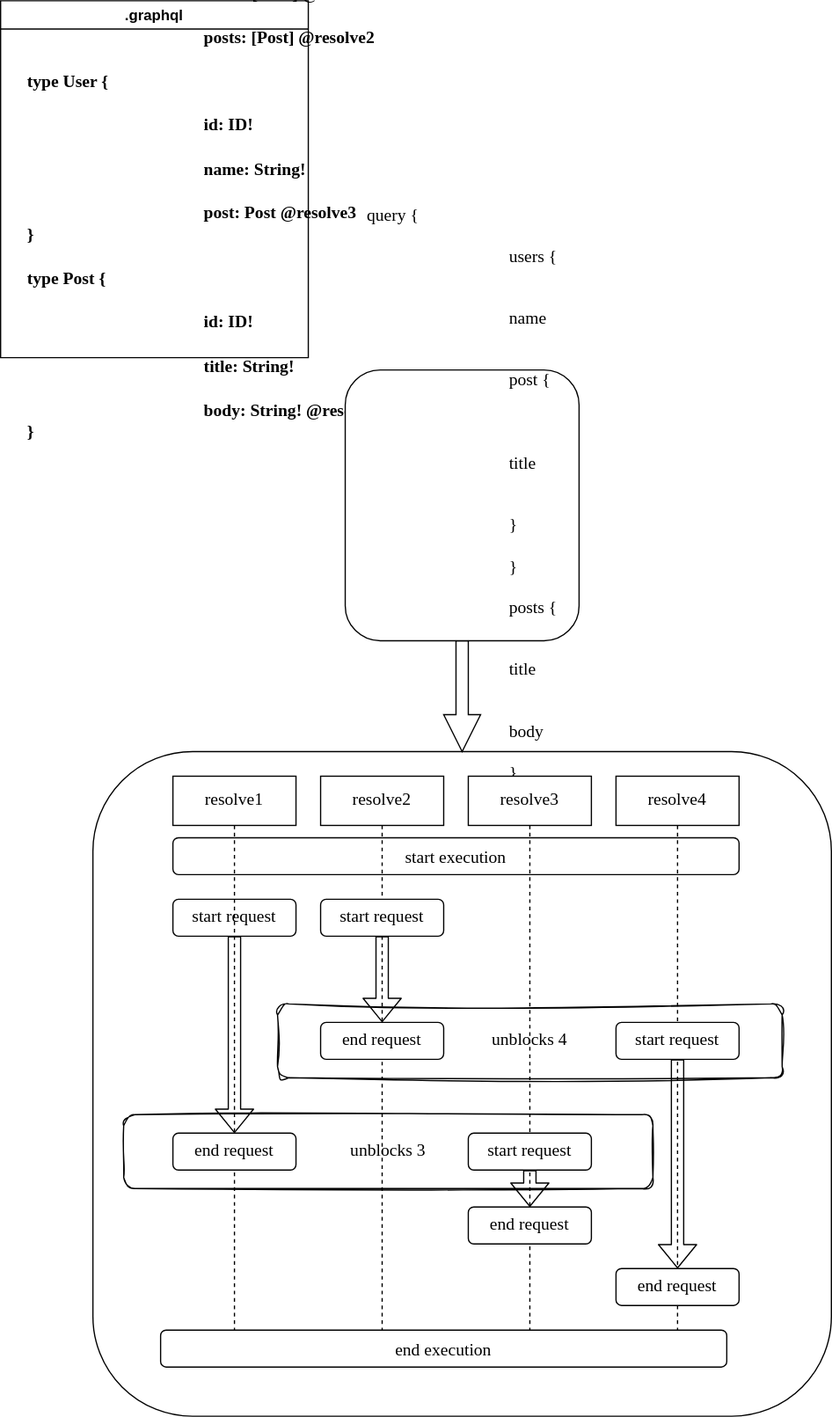
The draw.io diagram doc/resolver-plan.drawio.svg in tailcallhq/tailcall, before a commit. Source tidied: cells renumbered, new cells last; positions are measured from the earlier drawing's top-left corner, leaving out a move shared by most shapes. Source of this version:
```xml
<mxGraphModel>
  <root>
    <mxCell id="0" />
    <mxCell id="1" parent="0" />
    <mxCell id="2" style="rounded=1;whiteSpace=wrap;html=1;fontFamily=Times New Roman;fontSize=14;" parent="1" vertex="1">
      <mxGeometry x="75" y="610" width="600" height="540" as="geometry" />
    </mxCell>
    <mxCell id="3" value=".graphql&lt;br&gt;" style="swimlane;whiteSpace=wrap;html=1;" parent="1" vertex="1">
      <mxGeometry width="250" height="290" as="geometry" />
    </mxCell>
    <mxCell id="4" value="&lt;b style=&quot;font-size: 14px;&quot;&gt;&lt;font style=&quot;font-size: 14px;&quot; face=&quot;Times New Roman&quot;&gt;type Query {&lt;br&gt;&lt;span style=&quot;white-space: pre;&quot;&gt;&#9;&lt;/span&gt;users: [User] @resolve1&lt;br&gt;&lt;span style=&quot;white-space: pre;&quot;&gt;&#9;&lt;/span&gt;posts: [Post] @resolve2&lt;br&gt;&lt;br&gt;type User {&lt;br&gt;&lt;span style=&quot;white-space: pre;&quot;&gt;&#9;&lt;/span&gt;id: ID!&lt;br&gt;&lt;span style=&quot;white-space: pre;&quot;&gt;&#9;&lt;/span&gt;name: String!&lt;br&gt;&lt;span style=&quot;white-space: pre;&quot;&gt;&#9;&lt;/span&gt;post: Post @resolve3&lt;br&gt;}&lt;br&gt;&lt;br&gt;type Post {&lt;br&gt;&lt;span style=&quot;white-space: pre;&quot;&gt;&#9;&lt;/span&gt;id: ID!&lt;br&gt;&lt;span style=&quot;white-space: pre;&quot;&gt;&#9;&lt;/span&gt;title: String!&lt;br&gt;&lt;span style=&quot;white-space: pre;&quot;&gt;&#9;&lt;/span&gt;body: String! @resolve4&lt;br&gt;}&lt;/font&gt;&lt;/b&gt;" style="text;html=1;align=left;verticalAlign=middle;strokeColor=none;fillColor=none;" parent="3" vertex="1">
      <mxGeometry x="20" y="20" width="200" height="270" as="geometry" />
    </mxCell>
    <mxCell id="5" style="edgeStyle=none;html=1;exitX=0.5;exitY=1;exitDx=0;exitDy=0;fontFamily=Times New Roman;fontSize=14;shape=arrow;" parent="1" edge="1" source="6">
      <mxGeometry relative="1" as="geometry">
        <mxPoint x="375" y="610" as="targetPoint" />
      </mxGeometry>
    </mxCell>
    <mxCell id="6" value="query {&lt;br&gt;&lt;span style=&quot;white-space: pre;&quot;&gt;&#9;&lt;/span&gt;users {&lt;br&gt;&lt;span style=&quot;white-space: pre;&quot;&gt;&#9;&lt;/span&gt;&lt;span style=&quot;white-space: pre;&quot;&gt;&#9;&lt;/span&gt;name&lt;br&gt;&lt;span style=&quot;white-space: pre;&quot;&gt;&#9;&lt;/span&gt;&lt;span style=&quot;white-space: pre;&quot;&gt;&#9;&lt;/span&gt;post {&lt;br&gt;&lt;span style=&quot;white-space: pre;&quot;&gt;&#9;&lt;/span&gt;&lt;span style=&quot;white-space: pre;&quot;&gt;&#9;&lt;/span&gt;&lt;span style=&quot;white-space: pre;&quot;&gt;&#9;&lt;/span&gt;title&lt;br&gt;&lt;span style=&quot;white-space: pre;&quot;&gt;&#9;&lt;/span&gt;&lt;span style=&quot;white-space: pre;&quot;&gt;&#9;&lt;/span&gt;}&lt;br&gt;&lt;span style=&quot;white-space: pre;&quot;&gt;&#9;&lt;/span&gt;}&lt;br&gt;&lt;span style=&quot;white-space: pre;&quot;&gt;&#9;&lt;/span&gt;posts {&lt;br&gt;&lt;span style=&quot;white-space: pre;&quot;&gt;&#9;&lt;/span&gt;&lt;span style=&quot;white-space: pre;&quot;&gt;&#9;&lt;/span&gt;title&lt;br&gt;&lt;span style=&quot;white-space: pre;&quot;&gt;&#9;&lt;/span&gt;&lt;span style=&quot;white-space: pre;&quot;&gt;&#9;&lt;/span&gt;body&lt;br&gt;&lt;span style=&quot;white-space: pre;&quot;&gt;&#9;&lt;/span&gt;}&lt;br&gt;}" style="rounded=1;html=1;fontFamily=Times New Roman;fontSize=14;align=left;verticalAlign=middle;whiteSpace=wrap;spacingLeft=16;" parent="1" vertex="1">
      <mxGeometry x="280" y="300" width="190" height="220" as="geometry" />
    </mxCell>
    <mxCell id="7" value="start execution" style="rounded=1;dashed=0;fontFamily=Times New Roman;fontSize=14;" parent="1" vertex="1">
      <mxGeometry x="140" y="680" width="460" height="30" as="geometry" />
    </mxCell>
    <mxCell id="8" style="edgeStyle=none;shape=link;html=1;fontFamily=Times New Roman;fontSize=14;" parent="1" edge="1" source="10" target="11">
      <mxGeometry relative="1" as="geometry" />
    </mxCell>
    <mxCell id="9" style="edgeStyle=none;shape=flexArrow;html=1;fontFamily=Times New Roman;fontSize=14;" parent="1" edge="1" source="10" target="12">
      <mxGeometry relative="1" as="geometry" />
    </mxCell>
    <mxCell id="10" value="start request" style="rounded=1;whiteSpace=wrap;html=1;fontFamily=Times New Roman;fontSize=14;" parent="1" vertex="1">
      <mxGeometry x="140" y="730" width="100" height="30" as="geometry" />
    </mxCell>
    <mxCell id="11" value="resolve1" style="shape=umlLifeline;perimeter=lifelinePerimeter;whiteSpace=wrap;html=1;outlineConnect=0;fontFamily=Times New Roman;fontSize=14;" parent="1" vertex="1">
      <mxGeometry x="140" y="630" width="100" height="450" as="geometry" />
    </mxCell>
    <mxCell id="12" value="end request" style="rounded=1;whiteSpace=wrap;html=1;fontFamily=Times New Roman;fontSize=14;" parent="11" vertex="1">
      <mxGeometry y="290" width="100" height="30" as="geometry" />
    </mxCell>
    <mxCell id="13" value="resolve2" style="shape=umlLifeline;perimeter=lifelinePerimeter;whiteSpace=wrap;html=1;fontFamily=Times New Roman;fontSize=14;" parent="1" vertex="1">
      <mxGeometry x="260" y="630" width="100" height="450" as="geometry" />
    </mxCell>
    <mxCell id="14" style="edgeStyle=none;shape=flexArrow;html=1;fontFamily=Times New Roman;fontSize=14;" parent="13" edge="1" source="15" target="16">
      <mxGeometry relative="1" as="geometry" />
    </mxCell>
    <mxCell id="15" value="start request" style="rounded=1;whiteSpace=wrap;html=1;fontFamily=Times New Roman;fontSize=14;" parent="13" vertex="1">
      <mxGeometry y="100" width="100" height="30" as="geometry" />
    </mxCell>
    <mxCell id="16" value="end request" style="rounded=1;whiteSpace=wrap;html=1;fontFamily=Times New Roman;fontSize=14;" parent="13" vertex="1">
      <mxGeometry y="200" width="100" height="30" as="geometry" />
    </mxCell>
    <mxCell id="17" value="resolve3" style="shape=umlLifeline;perimeter=lifelinePerimeter;whiteSpace=wrap;html=1;fontFamily=Times New Roman;fontSize=14;" parent="1" vertex="1">
      <mxGeometry x="380" y="630" width="100" height="450" as="geometry" />
    </mxCell>
    <mxCell id="18" value="resolve4" style="shape=umlLifeline;perimeter=lifelinePerimeter;whiteSpace=wrap;html=1;fontFamily=Times New Roman;fontSize=14;" parent="1" vertex="1">
      <mxGeometry x="500" y="630" width="100" height="450" as="geometry" />
    </mxCell>
    <mxCell id="19" style="edgeStyle=none;shape=flexArrow;html=1;fontFamily=Times New Roman;fontSize=14;" parent="18" edge="1" source="20" target="21">
      <mxGeometry relative="1" as="geometry" />
    </mxCell>
    <mxCell id="20" value="start request" style="rounded=1;whiteSpace=wrap;html=1;fontFamily=Times New Roman;fontSize=14;" parent="18" vertex="1">
      <mxGeometry y="200" width="100" height="30" as="geometry" />
    </mxCell>
    <mxCell id="21" value="end request" style="rounded=1;whiteSpace=wrap;html=1;fontFamily=Times New Roman;fontSize=14;" parent="18" vertex="1">
      <mxGeometry y="400" width="100" height="30" as="geometry" />
    </mxCell>
    <mxCell id="22" style="edgeStyle=none;shape=flexArrow;html=1;fontFamily=Times New Roman;fontSize=14;" parent="1" edge="1" source="23" target="24">
      <mxGeometry relative="1" as="geometry" />
    </mxCell>
    <mxCell id="23" value="start request" style="rounded=1;whiteSpace=wrap;html=1;fontFamily=Times New Roman;fontSize=14;" parent="1" vertex="1">
      <mxGeometry x="380" y="920" width="100" height="30" as="geometry" />
    </mxCell>
    <mxCell id="24" value="end request" style="rounded=1;whiteSpace=wrap;html=1;fontFamily=Times New Roman;fontSize=14;" parent="1" vertex="1">
      <mxGeometry x="380" y="980" width="100" height="30" as="geometry" />
    </mxCell>
    <mxCell id="25" value="unblocks 4" style="rounded=1;whiteSpace=wrap;html=1;fontFamily=Times New Roman;fontSize=14;fillColor=none;glass=0;sketch=1;curveFitting=1;jiggle=2;" parent="1" vertex="1">
      <mxGeometry x="225" y="815" width="410" height="60" as="geometry" />
    </mxCell>
    <mxCell id="26" value="unblocks 3" style="rounded=1;whiteSpace=wrap;html=1;glass=0;sketch=1;fontFamily=Times New Roman;fontSize=14;fillColor=none;" parent="1" vertex="1">
      <mxGeometry x="100" y="905" width="430" height="60" as="geometry" />
    </mxCell>
    <mxCell id="27" value="end execution" style="rounded=1;dashed=0;fontFamily=Times New Roman;fontSize=14;" parent="1" vertex="1">
      <mxGeometry x="130" y="1080" width="460" height="30" as="geometry" />
    </mxCell>
  </root>
</mxGraphModel>
```
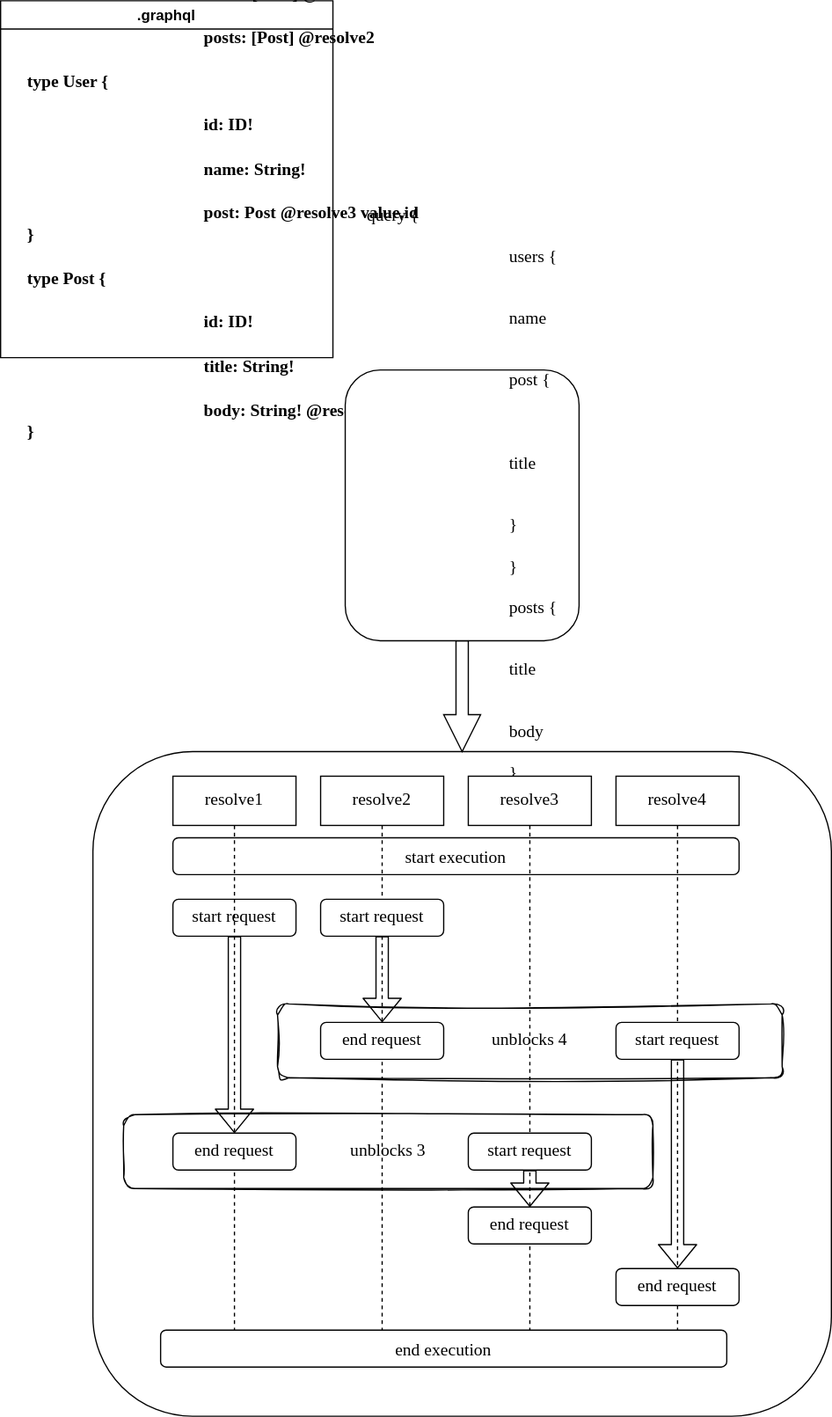
Later version of the same file.

Commit message:
ResolvePlan and DAG for resolvers

Change to the diagram source:
```diff
@@ -6,10 +6,10 @@
       <mxGeometry x="75" y="610" width="600" height="540" as="geometry" />
     </mxCell>
     <mxCell id="3" value=".graphql&lt;br&gt;" style="swimlane;whiteSpace=wrap;html=1;" parent="1" vertex="1">
-      <mxGeometry width="250" height="290" as="geometry" />
+      <mxGeometry width="270" height="290" as="geometry" />
     </mxCell>
-    <mxCell id="4" value="&lt;b style=&quot;font-size: 14px;&quot;&gt;&lt;font style=&quot;font-size: 14px;&quot; face=&quot;Times New Roman&quot;&gt;type Query {&lt;br&gt;&lt;span style=&quot;white-space: pre;&quot;&gt;&#9;&lt;/span&gt;users: [User] @resolve1&lt;br&gt;&lt;span style=&quot;white-space: pre;&quot;&gt;&#9;&lt;/span&gt;posts: [Post] @resolve2&lt;br&gt;&lt;br&gt;type User {&lt;br&gt;&lt;span style=&quot;white-space: pre;&quot;&gt;&#9;&lt;/span&gt;id: ID!&lt;br&gt;&lt;span style=&quot;white-space: pre;&quot;&gt;&#9;&lt;/span&gt;name: String!&lt;br&gt;&lt;span style=&quot;white-space: pre;&quot;&gt;&#9;&lt;/span&gt;post: Post @resolve3&lt;br&gt;}&lt;br&gt;&lt;br&gt;type Post {&lt;br&gt;&lt;span style=&quot;white-space: pre;&quot;&gt;&#9;&lt;/span&gt;id: ID!&lt;br&gt;&lt;span style=&quot;white-space: pre;&quot;&gt;&#9;&lt;/span&gt;title: String!&lt;br&gt;&lt;span style=&quot;white-space: pre;&quot;&gt;&#9;&lt;/span&gt;body: String! @resolve4&lt;br&gt;}&lt;/font&gt;&lt;/b&gt;" style="text;html=1;align=left;verticalAlign=middle;strokeColor=none;fillColor=none;" parent="3" vertex="1">
-      <mxGeometry x="20" y="20" width="200" height="270" as="geometry" />
+    <mxCell id="4" value="&lt;b style=&quot;font-size: 14px;&quot;&gt;&lt;font style=&quot;font-size: 14px;&quot; face=&quot;Times New Roman&quot;&gt;type Query {&lt;br&gt;&lt;span style=&quot;white-space: pre;&quot;&gt;&#9;&lt;/span&gt;users: [User] @resolve1&lt;br&gt;&lt;span style=&quot;white-space: pre;&quot;&gt;&#9;&lt;/span&gt;posts: [Post] @resolve2&lt;br&gt;&lt;br&gt;type User {&lt;br&gt;&lt;span style=&quot;white-space: pre;&quot;&gt;&#9;&lt;/span&gt;id: ID!&lt;br&gt;&lt;span style=&quot;white-space: pre;&quot;&gt;&#9;&lt;/span&gt;name: String!&lt;br&gt;&lt;span style=&quot;white-space: pre;&quot;&gt;&#9;&lt;/span&gt;post: Post @resolve3 value.id&lt;br&gt;}&lt;br&gt;&lt;br&gt;type Post {&lt;br&gt;&lt;span style=&quot;white-space: pre;&quot;&gt;&#9;&lt;/span&gt;id: ID!&lt;br&gt;&lt;span style=&quot;white-space: pre;&quot;&gt;&#9;&lt;/span&gt;title: String!&lt;br&gt;&lt;span style=&quot;white-space: pre;&quot;&gt;&#9;&lt;/span&gt;body: String! @resolve4 value.id&lt;br&gt;}&lt;/font&gt;&lt;/b&gt;" style="text;html=1;align=left;verticalAlign=middle;strokeColor=none;fillColor=none;" parent="3" vertex="1">
+      <mxGeometry x="20" y="20" width="250" height="270" as="geometry" />
     </mxCell>
     <mxCell id="5" style="edgeStyle=none;html=1;exitX=0.5;exitY=1;exitDx=0;exitDy=0;fontFamily=Times New Roman;fontSize=14;shape=arrow;" parent="1" edge="1" source="6">
       <mxGeometry relative="1" as="geometry">
```
